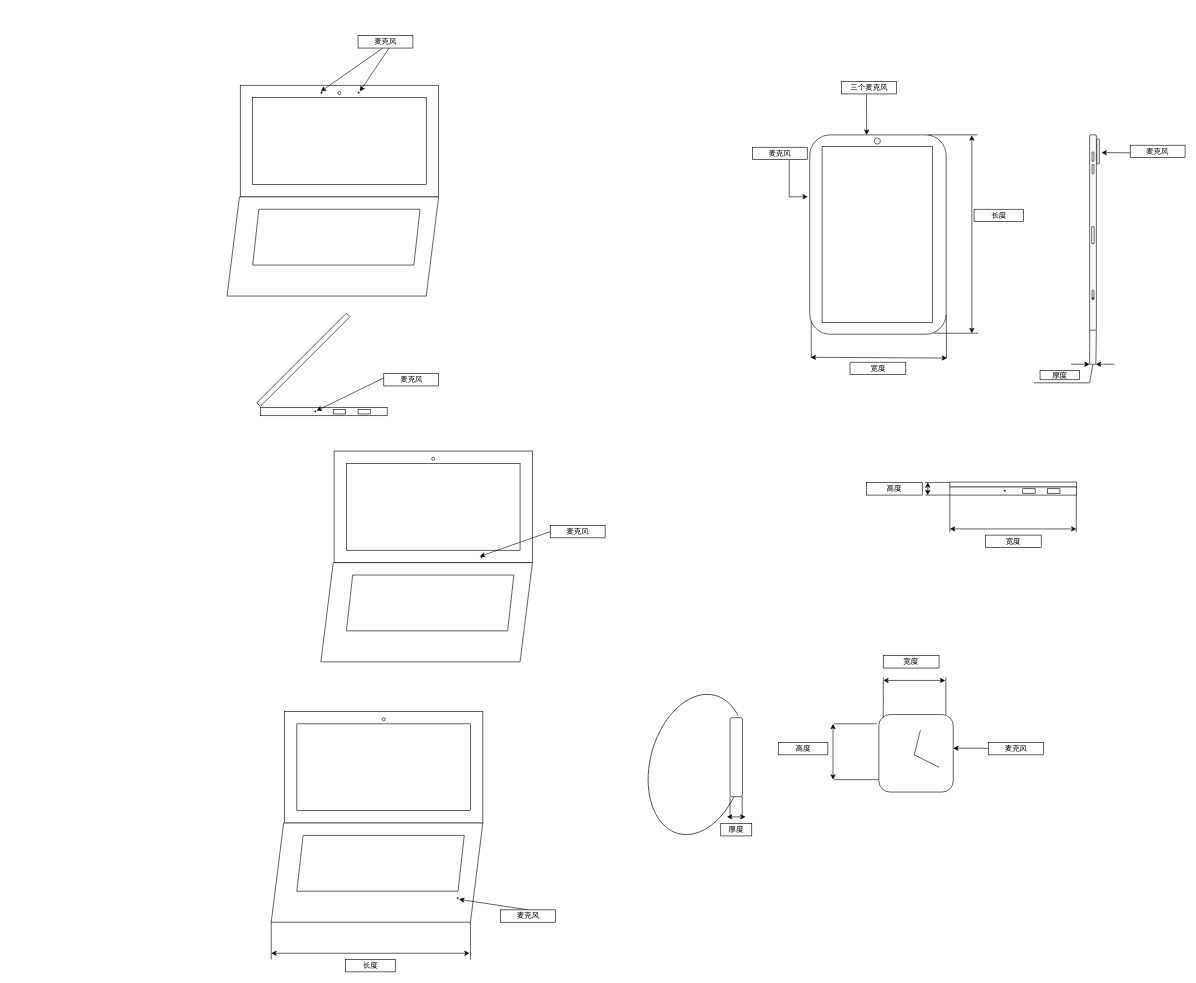
The draw.io diagram 未命名绘图.drawio in furuterikka/lyra, before the edit. Source tidied: cells renumbered, new cells numbered last; positions are measured from the earlier drawing's top-left corner, leaving out a move shared by most shapes. Both pictures are drawn from the tidied source at 62%, with x=0, y=0 at pixel (11, 11).
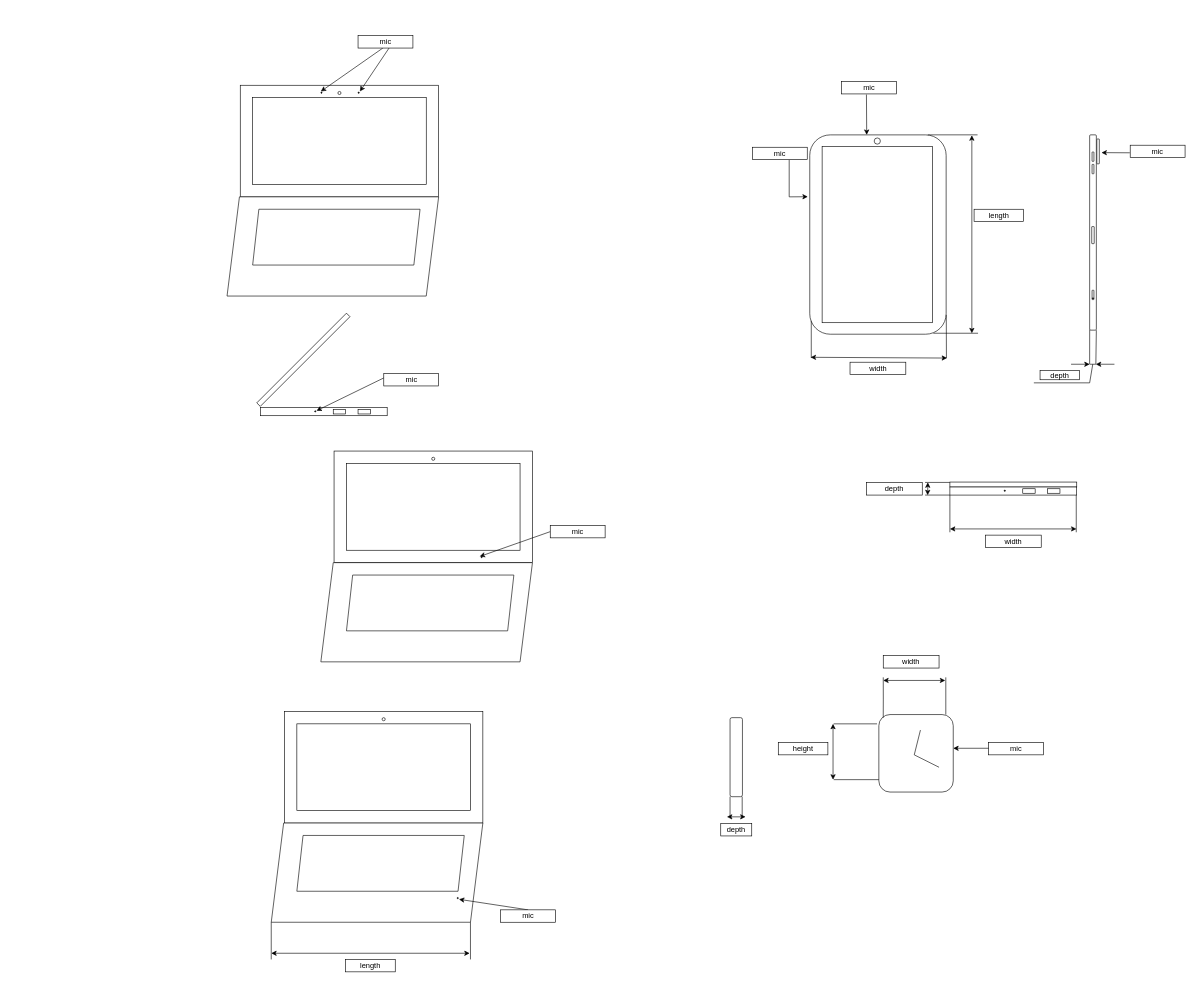
After the change.

Commit message:
更新未命名绘图.drawio

The edit, as a diff of the source:
```diff
@@
-    <mxCell id="12" value="麦克风" style="rounded=0;whiteSpace=wrap;html=1;" parent="1" vertex="1">
+    <mxCell id="12" value="mic" style="rounded=0;whiteSpace=wrap;html=1;" parent="1" vertex="1">
       <mxGeometry x="560" y="40" width="88.5" height="20" as="geometry" />
     </mxCell>
@@
-    <mxCell id="19" value="麦克风" style="rounded=0;whiteSpace=wrap;html=1;" parent="1" vertex="1">
+    <mxCell id="19" value="mic" style="rounded=0;whiteSpace=wrap;html=1;" parent="1" vertex="1">
       <mxGeometry x="790" y="1450" width="88.5" height="20" as="geometry" />
     </mxCell>
@@
-    <mxCell id="27" value="麦克风" style="rounded=0;whiteSpace=wrap;html=1;" parent="1" vertex="1">
+    <mxCell id="27" value="mic" style="rounded=0;whiteSpace=wrap;html=1;" parent="1" vertex="1">
       <mxGeometry x="870" y="830" width="88.5" height="20" as="geometry" />
     </mxCell>
@@
-    <mxCell id="35" value="麦克风" style="rounded=0;whiteSpace=wrap;html=1;" parent="1" vertex="1">
+    <mxCell id="35" value="mic" style="rounded=0;whiteSpace=wrap;html=1;" parent="1" vertex="1">
       <mxGeometry x="601.5" y="585" width="88.5" height="20" as="geometry" />
     </mxCell>
@@
-    <mxCell id="37" value="三个麦克风" style="rounded=0;whiteSpace=wrap;html=1;" parent="1" vertex="1">
+    <mxCell id="37" value="mic" style="rounded=0;whiteSpace=wrap;html=1;" parent="1" vertex="1">
       <mxGeometry x="1340" y="114" width="88.5" height="20" as="geometry" />
     </mxCell>
-    <mxCell id="38" value="麦克风" style="rounded=0;whiteSpace=wrap;html=1;" parent="1" vertex="1">
+    <mxCell id="38" value="mic" style="rounded=0;whiteSpace=wrap;html=1;" parent="1" vertex="1">
       <mxGeometry x="1196" y="220" width="88.5" height="20" as="geometry" />
     </mxCell>
-    <mxCell id="39" value="高度" style="rounded=0;whiteSpace=wrap;html=1;" parent="1" vertex="1">
+    <mxCell id="39" value="height" style="rounded=0;whiteSpace=wrap;html=1;" parent="1" vertex="1">
       <mxGeometry x="1237.8" y="1180" width="80" height="20" as="geometry" />
     </mxCell>
@@
-    <mxCell id="41" style="verticalLabelPosition=bottom;verticalAlign=top;html=1;shape=mxgraph.basic.arc;startAngle=0.3;endAngle=0.1;rotation=15;" parent="1" vertex="1">
-      <mxGeometry x="1031.2" y="1100.2" width="150" height="230.6" as="geometry" />
-    </mxCell>
@@
-    <mxCell id="45" value="厚度" style="rounded=0;whiteSpace=wrap;html=1;" parent="1" vertex="1">
+    <mxCell id="45" value="depth" style="rounded=0;whiteSpace=wrap;html=1;" parent="1" vertex="1">
       <mxGeometry x="1145" y="1310.8" width="50" height="20" as="geometry" />
     </mxCell>
@@
-    <mxCell id="53" value="长度" style="rounded=0;whiteSpace=wrap;html=1;" parent="1" vertex="1">
+    <mxCell id="53" value="length" style="rounded=0;whiteSpace=wrap;html=1;" parent="1" vertex="1">
       <mxGeometry x="540" y="1530" width="80" height="20" as="geometry" />
     </mxCell>
@@
-    <mxCell id="57" value="宽度" style="rounded=0;whiteSpace=wrap;html=1;" parent="1" vertex="1">
+    <mxCell id="57" value="width" style="rounded=0;whiteSpace=wrap;html=1;" parent="1" vertex="1">
       <mxGeometry x="1353.5" y="566.7" width="90" height="20" as="geometry" />
     </mxCell>
@@
-    <mxCell id="61" value="长度" style="rounded=0;whiteSpace=wrap;html=1;" parent="1" vertex="1">
+    <mxCell id="61" value="length" style="rounded=0;whiteSpace=wrap;html=1;" parent="1" vertex="1">
       <mxGeometry x="1553.6" y="320" width="80" height="20" as="geometry" />
     </mxCell>
-    <mxCell id="62" value="麦克风" style="rounded=0;whiteSpace=wrap;html=1;" parent="1" vertex="1">
+    <mxCell id="62" value="mic" style="rounded=0;whiteSpace=wrap;html=1;" parent="1" vertex="1">
       <mxGeometry x="1805.4" y="216.7" width="88.5" height="20" as="geometry" />
     </mxCell>
@@
-    <mxCell id="77" value="厚度" style="rounded=0;whiteSpace=wrap;html=1;" parent="1" vertex="1">
+    <mxCell id="77" value="depth" style="rounded=0;whiteSpace=wrap;html=1;" parent="1" vertex="1">
       <mxGeometry x="1660" y="580" width="63.6" height="15" as="geometry" />
     </mxCell>
@@
-    <mxCell id="86" value="宽度" style="rounded=0;whiteSpace=wrap;html=1;" parent="1" vertex="1">
+    <mxCell id="86" value="width" style="rounded=0;whiteSpace=wrap;html=1;" parent="1" vertex="1">
       <mxGeometry x="1571.9" y="845.6" width="90" height="20" as="geometry" />
     </mxCell>
@@
-    <mxCell id="90" value="高度" style="rounded=0;whiteSpace=wrap;html=1;rotation=0;" parent="1" vertex="1">
+    <mxCell id="90" value="depth" style="rounded=0;whiteSpace=wrap;html=1;rotation=0;" parent="1" vertex="1">
       <mxGeometry x="1380" y="761" width="90" height="20" as="geometry" />
     </mxCell>
@@
-    <mxCell id="94" value="麦克风" style="rounded=0;whiteSpace=wrap;html=1;" parent="1" vertex="1">
+    <mxCell id="94" value="mic" style="rounded=0;whiteSpace=wrap;html=1;" parent="1" vertex="1">
       <mxGeometry x="1577.1" y="1180" width="88.5" height="20" as="geometry" />
     </mxCell>
@@
-    <mxCell id="97" value="宽度" style="rounded=0;whiteSpace=wrap;html=1;" parent="1" vertex="1">
+    <mxCell id="97" value="width" style="rounded=0;whiteSpace=wrap;html=1;" parent="1" vertex="1">
       <mxGeometry x="1407.1" y="1040" width="90" height="20" as="geometry" />
     </mxCell>
```
